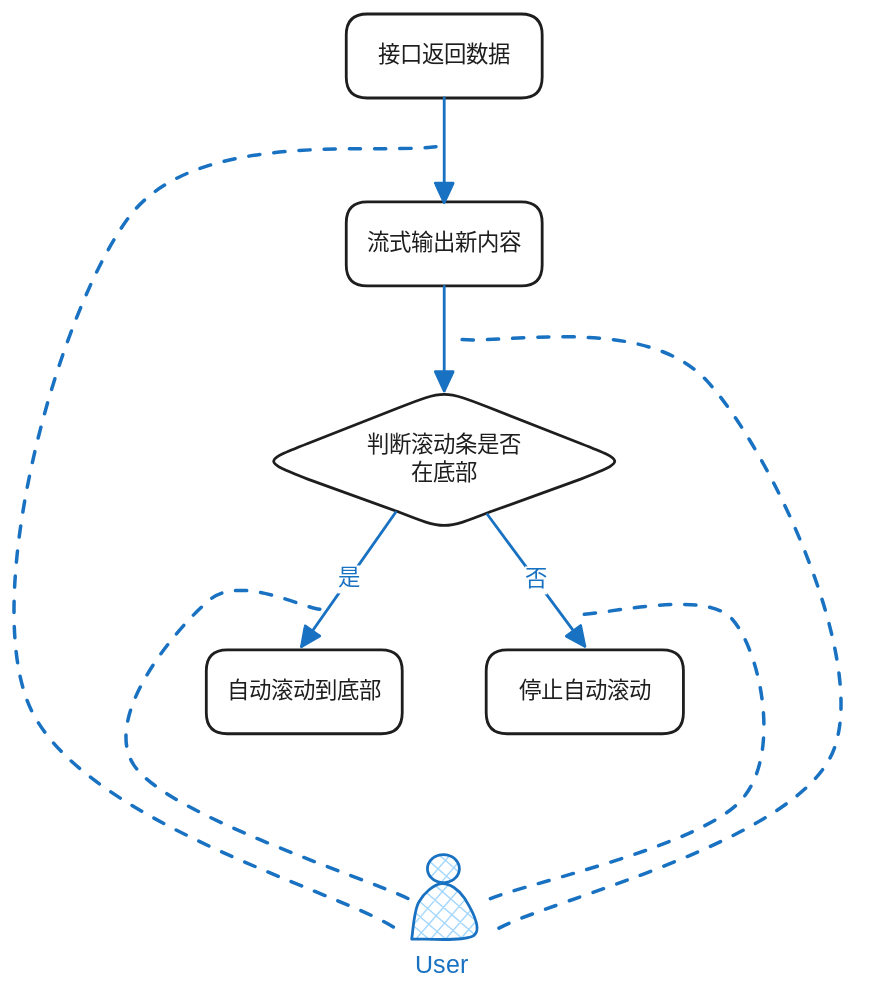
Before: source/_posts/2025/11/流式加载下的滚动体验优化/flow2.excalidraw.svg, a diagram exported from Excalidraw (showlotus/showlotus.github.io). Source tidied: one line per element, renumbered; positions are measured from the earlier drawing's top-left corner, leaving out a move shared by most shapes. The source it was exported from:
```json
{"id": 0, "type": "rectangle", "strokeColor": "#1e1e1e", "strokeWidth": 2, "roughness": 0, "round": true, "x": 227, "y": 134, "width": 140, "height": 60}
{"id": 1, "type": "text", "text": "流式输出新内容", "strokeColor": "#1e1e1e", "strokeWidth": 2, "roughness": 0, "fontSize": 16, "fontFamily": 5, "textAlign": "center", "verticalAlign": "middle", "inside": 0, "x": 241, "y": 154, "width": 112, "height": 20}
{"id": 2, "type": "rectangle", "strokeColor": "#1e1e1e", "strokeWidth": 2, "roughness": 0, "round": true, "x": 227, "y": 0, "width": 140, "height": 60}
{"id": 3, "type": "text", "text": "接口返回数据", "strokeColor": "#1e1e1e", "strokeWidth": 2, "roughness": 0, "fontSize": 16, "fontFamily": 5, "textAlign": "center", "verticalAlign": "middle", "inside": 2, "x": 249, "y": 20, "width": 96, "height": 20}
{"id": 4, "type": "rectangle", "strokeColor": "#1e1e1e", "strokeWidth": 2, "roughness": 0, "round": true, "x": 127, "y": 454, "width": 140, "height": 60}
{"id": 5, "type": "text", "text": "自动滚动到底部", "strokeColor": "#1e1e1e", "strokeWidth": 2, "roughness": 0, "fontSize": 16, "fontFamily": 5, "textAlign": "center", "verticalAlign": "middle", "inside": 4, "x": 141, "y": 474, "width": 112, "height": 20}
{"id": 6, "type": "rectangle", "strokeColor": "#1e1e1e", "strokeWidth": 2, "roughness": 0, "round": true, "x": 327, "y": 454, "width": 141, "height": 60}
{"id": 7, "type": "text", "text": "停止自动滚动", "strokeColor": "#1e1e1e", "strokeWidth": 2, "roughness": 0, "fontSize": 16, "fontFamily": 5, "textAlign": "center", "verticalAlign": "middle", "inside": 6, "x": 350, "y": 474, "width": 96, "height": 20}
{"id": 8, "type": "diamond", "strokeColor": "#1e1e1e", "strokeWidth": 2, "roughness": 0, "round": true, "x": 167, "y": 269, "width": 260, "height": 100}
{"id": 9, "type": "text", "text": "判断滚动条是否\n在底部", "strokeColor": "#1e1e1e", "strokeWidth": 2, "roughness": 1, "fontSize": 16, "fontFamily": 5, "textAlign": "center", "verticalAlign": "middle", "inside": 8, "x": 241, "y": 299, "width": 112, "height": 40}
{"id": 10, "type": "arrow", "strokeColor": "#1971c2", "strokeWidth": 2, "roughness": 0, "endArrowhead": "triangle", "round": true, "from": 0, "to": 8, "x": 297, "y": 195, "width": 0, "height": 75, "points": [[0, 0], [0, 75]]}
{"id": 11, "type": "arrow", "strokeColor": "#1971c2", "strokeWidth": 2, "roughness": 0, "endArrowhead": "triangle", "round": true, "x": 297, "y": 60, "width": 0, "height": 75, "points": [[0, 0], [0, 75]]}
{"id": 12, "type": "arrow", "strokeColor": "#1971c2", "strokeWidth": 2, "roughness": 0, "endArrowhead": "triangle", "round": true, "from": 8, "to": 4, "x": 263, "y": 356, "width": 67, "height": 96, "points": [[0, 0], [-67, 96]]}
{"id": 13, "type": "text", "text": "是", "strokeColor": "#1971c2", "strokeWidth": 2, "roughness": 0, "fontSize": 16, "fontFamily": 5, "textAlign": "center", "verticalAlign": "middle", "inside": 12, "x": 289, "y": 414, "width": 16, "height": 20}
{"id": 14, "type": "arrow", "strokeColor": "#1971c2", "strokeWidth": 2, "roughness": 0, "endArrowhead": "triangle", "round": true, "from": 8, "to": 6, "x": 328, "y": 358, "width": 70, "height": 94, "points": [[0, 0], [70, 94]]}
{"id": 15, "type": "text", "text": "否", "strokeColor": "#1971c2", "strokeWidth": 2, "roughness": 0, "fontSize": 16, "fontFamily": 5, "textAlign": "center", "verticalAlign": "middle", "inside": 14, "x": 465, "y": 313, "width": 16, "height": 20}
{"id": 16, "type": "text", "text": "User", "strokeColor": "#1971c2", "backgroundColor": "#a5d8ff", "fillStyle": "solid", "strokeWidth": 1, "roughness": 0, "fontSize": 18.09, "fontFamily": 8, "x": 277, "y": 670, "width": 40, "height": 23}
{"id": 17, "type": "line", "strokeColor": "#1971c2", "backgroundColor": "#a5d8ff", "fillStyle": "cross-hatch", "strokeWidth": 2, "roughness": 0, "round": true, "x": 274, "y": 661, "width": 45, "height": 40, "points": [[0, 0], [5, -26], [21, -40], [38, -29], [45, -3], [0, 0]]}
{"id": 18, "type": "ellipse", "strokeColor": "#1971c2", "backgroundColor": "#a5d8ff", "fillStyle": "cross-hatch", "strokeWidth": 2, "roughness": 0, "x": 285, "y": 601, "width": 23, "height": 20}
{"id": 19, "type": "line", "strokeColor": "#1971c2", "backgroundColor": "#a5d8ff", "fillStyle": "solid", "strokeWidth": 2, "strokeStyle": "dashed", "roughness": 1, "round": true, "x": 329, "y": 633, "width": 180, "height": 204, "points": [[0, 0], [180, -72], [173, -201], [61, -204]]}
{"id": 20, "type": "line", "strokeColor": "#1971c2", "backgroundColor": "#a5d8ff", "fillStyle": "solid", "strokeWidth": 2, "strokeStyle": "dashed", "roughness": 1, "round": true, "x": 271, "y": 632, "width": 196, "height": 212, "points": [[0, 0], [-196, -94], [-141, -212], [-63, -207]]}
{"id": 21, "type": "line", "strokeColor": "#1971c2", "backgroundColor": "#a5d8ff", "fillStyle": "solid", "strokeWidth": 2, "strokeStyle": "dashed", "roughness": 1, "round": true, "x": 337, "y": 652, "width": 269, "height": 421, "points": [[0, 0], [239, -127], [149, -389], [-30, -421]]}
{"id": 22, "type": "line", "strokeColor": "#1971c2", "backgroundColor": "#a5d8ff", "fillStyle": "solid", "strokeWidth": 2, "strokeStyle": "dashed", "roughness": 1, "round": true, "x": 261, "y": 653, "width": 297, "height": 558, "points": [[0, 0], [-261, -164], [-188, -508], [36, -558]]}
```
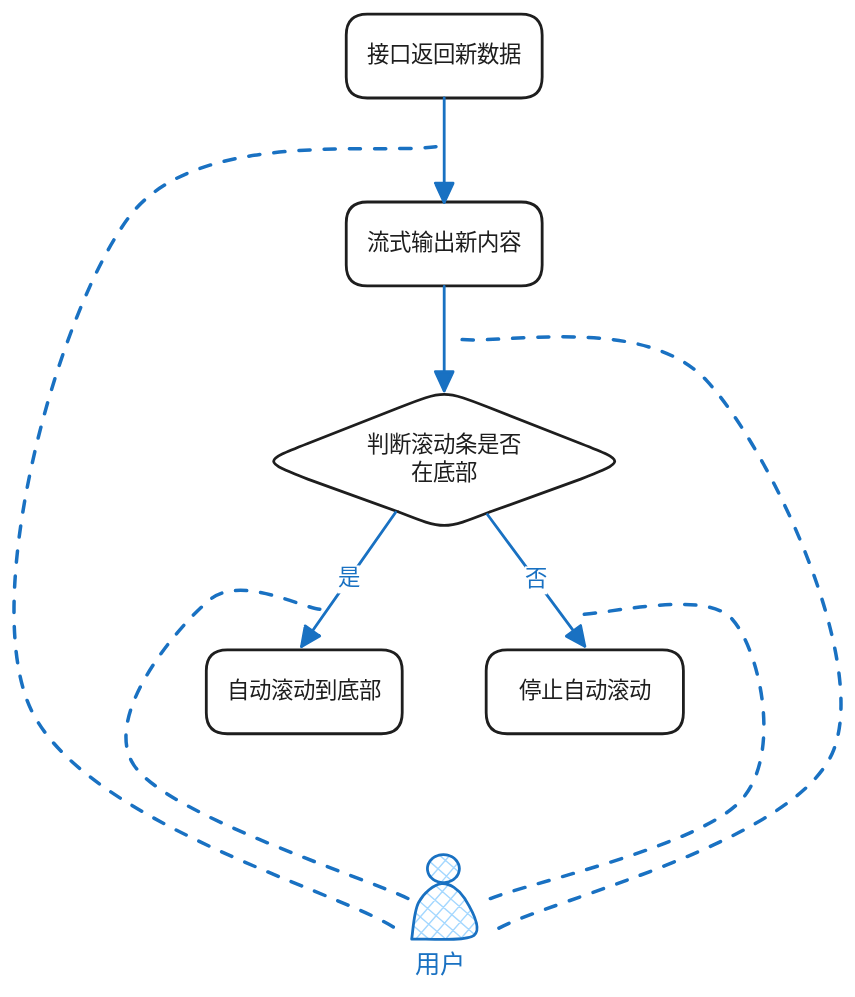
The same file after the commit.

The edit, as a diff of the source:
```diff
@@ -1,7 +1,7 @@
 {"id": 0, "type": "rectangle", "strokeColor": "#1e1e1e", "strokeWidth": 2, "roughness": 0, "round": true, "x": 227, "y": 134, "width": 140, "height": 60}
 {"id": 1, "type": "text", "text": "流式输出新内容", "strokeColor": "#1e1e1e", "strokeWidth": 2, "roughness": 0, "fontSize": 16, "fontFamily": 5, "textAlign": "center", "verticalAlign": "middle", "inside": 0, "x": 241, "y": 154, "width": 112, "height": 20}
 {"id": 2, "type": "rectangle", "strokeColor": "#1e1e1e", "strokeWidth": 2, "roughness": 0, "round": true, "x": 227, "y": 0, "width": 140, "height": 60}
-{"id": 3, "type": "text", "text": "接口返回数据", "strokeColor": "#1e1e1e", "strokeWidth": 2, "roughness": 0, "fontSize": 16, "fontFamily": 5, "textAlign": "center", "verticalAlign": "middle", "inside": 2, "x": 249, "y": 20, "width": 96, "height": 20}
+{"id": 3, "type": "text", "text": "接口返回新数据", "strokeColor": "#1e1e1e", "strokeWidth": 2, "roughness": 0, "fontSize": 16, "fontFamily": 5, "textAlign": "center", "verticalAlign": "middle", "inside": 2, "x": 241, "y": 20, "width": 112, "height": 20}
 {"id": 4, "type": "rectangle", "strokeColor": "#1e1e1e", "strokeWidth": 2, "roughness": 0, "round": true, "x": 127, "y": 454, "width": 140, "height": 60}
 {"id": 5, "type": "text", "text": "自动滚动到底部", "strokeColor": "#1e1e1e", "strokeWidth": 2, "roughness": 0, "fontSize": 16, "fontFamily": 5, "textAlign": "center", "verticalAlign": "middle", "inside": 4, "x": 141, "y": 474, "width": 112, "height": 20}
 {"id": 6, "type": "rectangle", "strokeColor": "#1e1e1e", "strokeWidth": 2, "roughness": 0, "round": true, "x": 327, "y": 454, "width": 141, "height": 60}
@@ -14,7 +14,7 @@
 {"id": 13, "type": "text", "text": "是", "strokeColor": "#1971c2", "strokeWidth": 2, "roughness": 0, "fontSize": 16, "fontFamily": 5, "textAlign": "center", "verticalAlign": "middle", "inside": 12, "x": 289, "y": 414, "width": 16, "height": 20}
 {"id": 14, "type": "arrow", "strokeColor": "#1971c2", "strokeWidth": 2, "roughness": 0, "endArrowhead": "triangle", "round": true, "from": 8, "to": 6, "x": 328, "y": 358, "width": 70, "height": 94, "points": [[0, 0], [70, 94]]}
 {"id": 15, "type": "text", "text": "否", "strokeColor": "#1971c2", "strokeWidth": 2, "roughness": 0, "fontSize": 16, "fontFamily": 5, "textAlign": "center", "verticalAlign": "middle", "inside": 14, "x": 465, "y": 313, "width": 16, "height": 20}
-{"id": 16, "type": "text", "text": "User", "strokeColor": "#1971c2", "backgroundColor": "#a5d8ff", "fillStyle": "solid", "strokeWidth": 1, "roughness": 0, "fontSize": 18.09, "fontFamily": 8, "x": 277, "y": 670, "width": 40, "height": 23}
+{"id": 16, "type": "text", "text": "用户", "strokeColor": "#1971c2", "backgroundColor": "#a5d8ff", "fillStyle": "solid", "strokeWidth": 1, "roughness": 0, "fontSize": 18.09, "fontFamily": 8, "x": 277, "y": 670, "width": 37, "height": 23}
 {"id": 17, "type": "line", "strokeColor": "#1971c2", "backgroundColor": "#a5d8ff", "fillStyle": "cross-hatch", "strokeWidth": 2, "roughness": 0, "round": true, "x": 274, "y": 661, "width": 45, "height": 40, "points": [[0, 0], [5, -26], [21, -40], [38, -29], [45, -3], [0, 0]]}
 {"id": 18, "type": "ellipse", "strokeColor": "#1971c2", "backgroundColor": "#a5d8ff", "fillStyle": "cross-hatch", "strokeWidth": 2, "roughness": 0, "x": 285, "y": 601, "width": 23, "height": 20}
 {"id": 19, "type": "line", "strokeColor": "#1971c2", "backgroundColor": "#a5d8ff", "fillStyle": "solid", "strokeWidth": 2, "strokeStyle": "dashed", "roughness": 1, "round": true, "x": 329, "y": 633, "width": 180, "height": 204, "points": [[0, 0], [180, -72], [173, -201], [61, -204]]}
```
